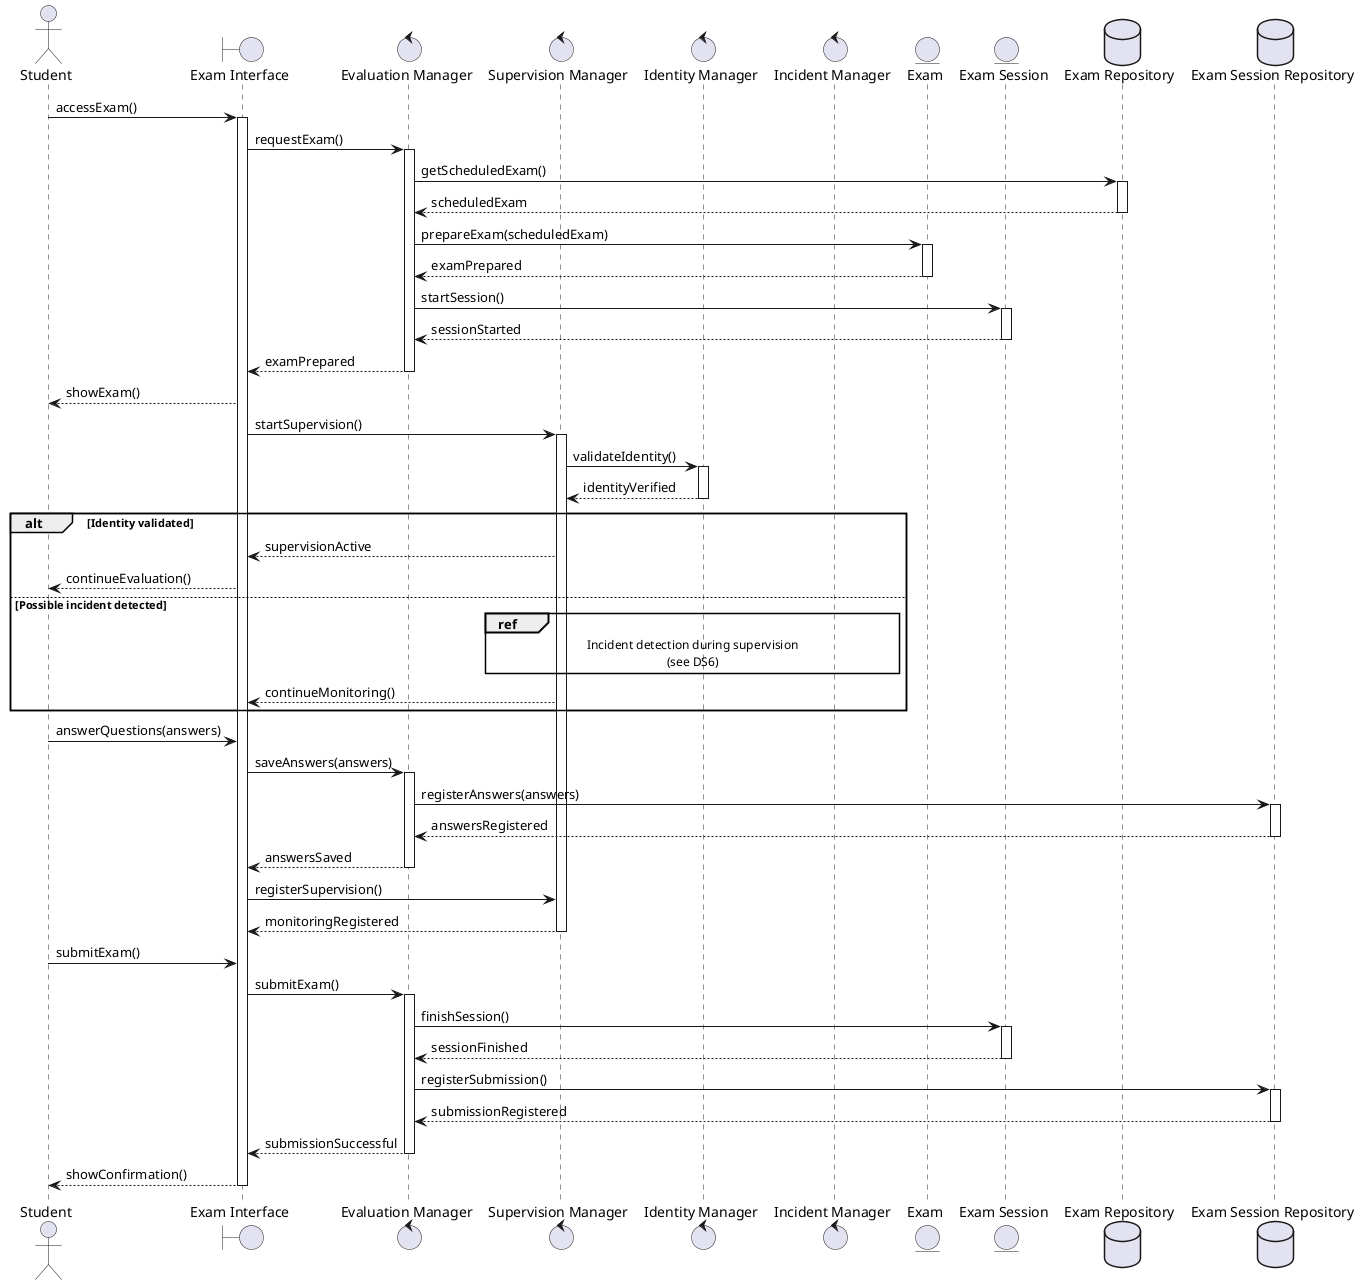
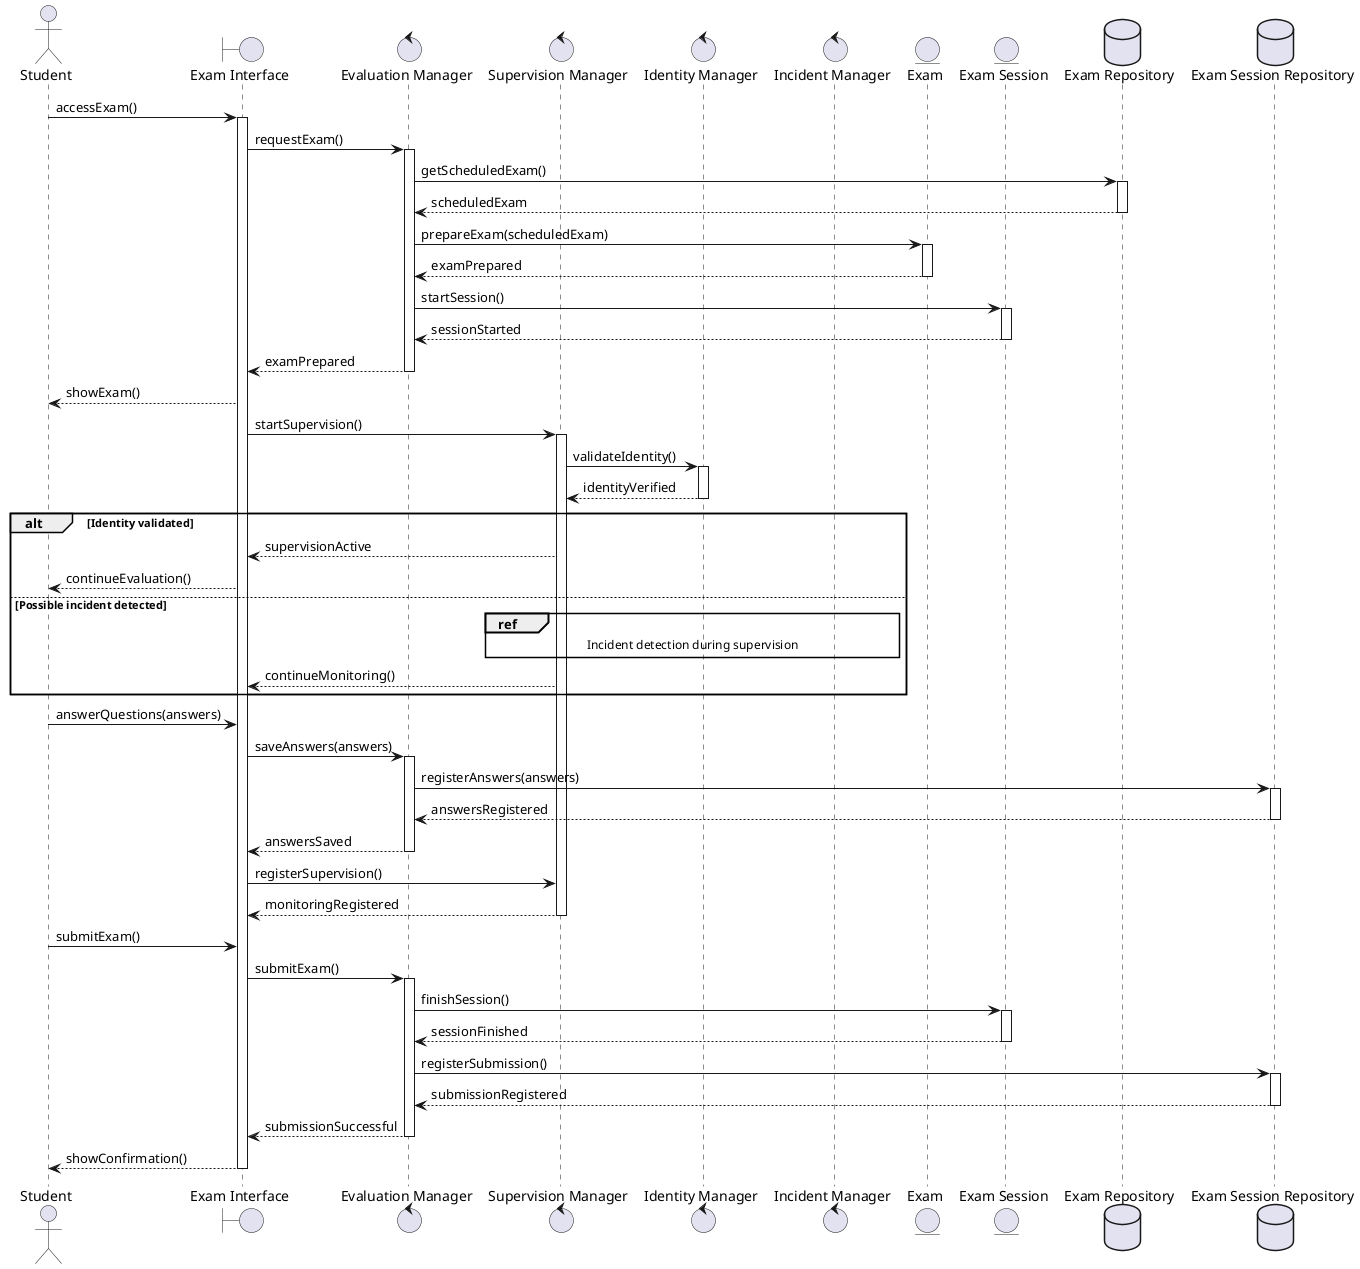
@startuml "Take Supervised Exam"

actor "Student" as Student
boundary "Exam Interface" as UI
control "Evaluation Manager" as EvaluationManager
control "Supervision Manager" as SupervisionManager
control "Identity Manager" as IdentityManager
control "Incident Manager" as IncidentManager
entity "Exam" as Exam
entity "Exam Session" as ExamSession
database "Exam Repository" as ExamRepository
database "Exam Session Repository" as ExamSessionRepository

Student -> UI : accessExam()
activate UI

UI -> EvaluationManager : requestExam()
activate EvaluationManager

EvaluationManager -> ExamRepository : getScheduledExam()
activate ExamRepository
ExamRepository --> EvaluationManager : scheduledExam
deactivate ExamRepository

EvaluationManager -> Exam : prepareExam(scheduledExam)
activate Exam
Exam --> EvaluationManager : examPrepared
deactivate Exam

EvaluationManager -> ExamSession : startSession()
activate ExamSession
ExamSession --> EvaluationManager : sessionStarted
deactivate ExamSession

EvaluationManager --> UI : examPrepared
deactivate EvaluationManager

UI --> Student : showExam()

UI -> SupervisionManager : startSupervision()
activate SupervisionManager

SupervisionManager -> IdentityManager : validateIdentity()
activate IdentityManager
IdentityManager --> SupervisionManager : identityVerified
deactivate IdentityManager

alt Identity validated
  SupervisionManager --> UI : supervisionActive
  UI --> Student : continueEvaluation()
else Possible incident detected
-   ref over SupervisionManager, IncidentManager : Incident detection during supervision\n(see DS6)
+   ref over SupervisionManager, IncidentManager : Incident detection during supervision

  SupervisionManager --> UI : continueMonitoring()
end

Student -> UI : answerQuestions(answers)

UI -> EvaluationManager : saveAnswers(answers)
activate EvaluationManager

EvaluationManager -> ExamSessionRepository : registerAnswers(answers)
activate ExamSessionRepository
ExamSessionRepository --> EvaluationManager : answersRegistered
deactivate ExamSessionRepository

EvaluationManager --> UI : answersSaved
deactivate EvaluationManager

UI -> SupervisionManager : registerSupervision()
SupervisionManager --> UI : monitoringRegistered
deactivate SupervisionManager

Student -> UI : submitExam()

UI -> EvaluationManager : submitExam()
activate EvaluationManager

EvaluationManager -> ExamSession : finishSession()
activate ExamSession
ExamSession --> EvaluationManager : sessionFinished
deactivate ExamSession

EvaluationManager -> ExamSessionRepository : registerSubmission()
activate ExamSessionRepository
ExamSessionRepository --> EvaluationManager : submissionRegistered
deactivate ExamSessionRepository

EvaluationManager --> UI : submissionSuccessful
deactivate EvaluationManager

UI --> Student : showConfirmation()
deactivate UI

@enduml
